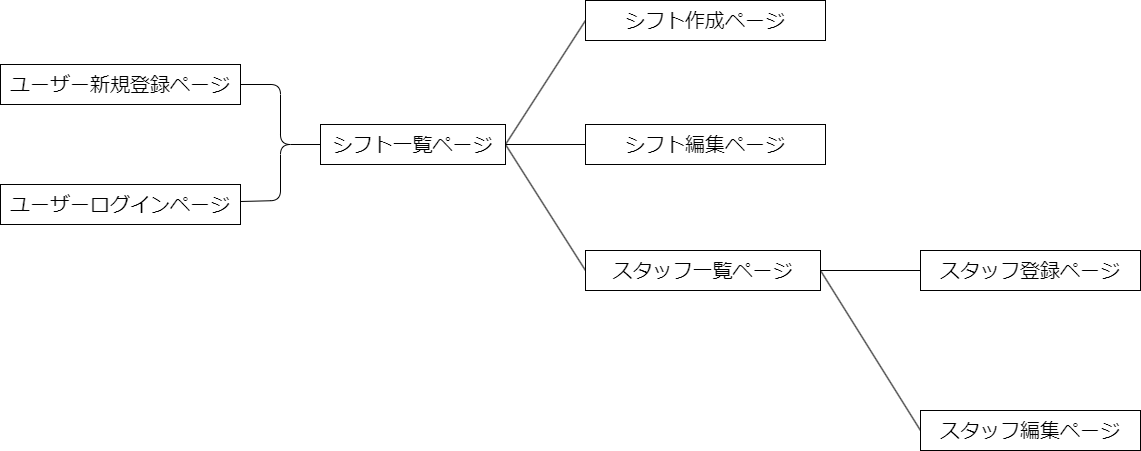
piyofisu/shift_maker keeps this draw.io diagram as Screen_Transition_Diagram.drawio.png. Above is the earlier version. Source tidied: cells renumbered, new cells last; positions are measured from the earlier drawing's top-left corner, leaving out a move shared by most shapes.
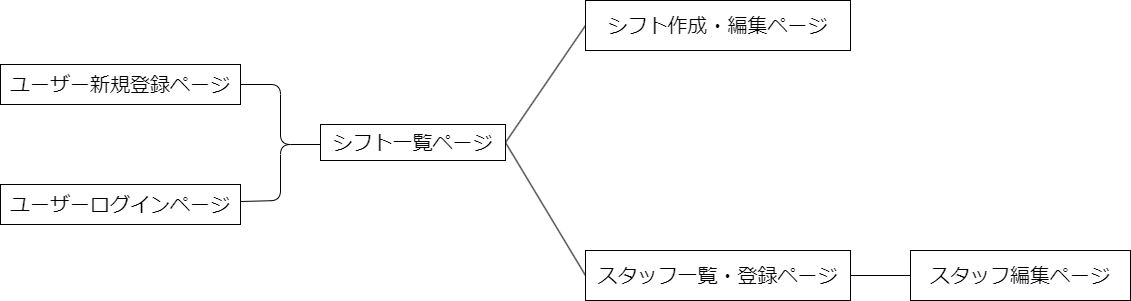
The same file after the commit.

What changed in the source:
```diff
@@ -5,24 +5,11 @@
     <mxCell id="2" style="edgeStyle=none;html=1;exitX=0;exitY=0.5;exitDx=0;exitDy=0;entryX=1;entryY=0.5;entryDx=0;entryDy=0;fontSize=20;endArrow=none;endFill=0;" parent="1" edge="1" source="3" target="16">
       <mxGeometry relative="1" as="geometry" />
     </mxCell>
-    <mxCell id="3" value="シフト作成ページ" style="whiteSpace=wrap;html=1;align=center;fontSize=20;" parent="1" vertex="1">
-      <mxGeometry x="585" width="240" height="40" as="geometry" />
+    <mxCell id="3" value="シフト作成・編集ページ" style="whiteSpace=wrap;html=1;align=center;fontSize=20;" parent="1" vertex="1">
+      <mxGeometry x="585" width="265" height="50" as="geometry" />
     </mxCell>
-    <mxCell id="4" style="edgeStyle=none;html=1;exitX=0;exitY=0.5;exitDx=0;exitDy=0;fontSize=20;endArrow=none;endFill=0;" parent="1" edge="1" source="5">
-      <mxGeometry relative="1" as="geometry">
-        <mxPoint x="820" y="270" as="targetPoint" />
-      </mxGeometry>
-    </mxCell>
-    <mxCell id="5" value="スタッフ登録ページ&lt;br&gt;" style="whiteSpace=wrap;html=1;align=center;fontSize=20;" parent="1" vertex="1">
-      <mxGeometry x="920" y="250" width="220" height="40" as="geometry" />
-    </mxCell>
-    <mxCell id="6" style="edgeStyle=none;html=1;exitX=0;exitY=0.5;exitDx=0;exitDy=0;fontSize=20;endArrow=none;endFill=0;" parent="1" edge="1" source="7">
-      <mxGeometry relative="1" as="geometry">
-        <mxPoint x="820" y="270" as="targetPoint" />
-      </mxGeometry>
-    </mxCell>
     <mxCell id="7" value="スタッフ編集ページ" style="whiteSpace=wrap;html=1;align=center;fontSize=20;" parent="1" vertex="1">
-      <mxGeometry x="920" y="410" width="220" height="40" as="geometry" />
+      <mxGeometry x="910" y="250" width="220" height="50" as="geometry" />
     </mxCell>
     <mxCell id="8" style="edgeStyle=none;html=1;exitX=1;exitY=0.5;exitDx=0;exitDy=0;fontSize=20;entryX=0;entryY=0.5;entryDx=0;entryDy=0;endArrow=none;endFill=0;" parent="1" edge="1" source="9">
       <mxGeometry relative="1" as="geometry">
@@ -48,20 +35,17 @@
     <mxCell id="11" value="ユーザーログインページ" style="whiteSpace=wrap;html=1;align=center;fontSize=20;" parent="1" vertex="1">
       <mxGeometry y="184" width="240" height="40" as="geometry" />
     </mxCell>
-    <mxCell id="12" style="edgeStyle=none;html=1;exitX=0;exitY=0.5;exitDx=0;exitDy=0;entryX=1;entryY=0.5;entryDx=0;entryDy=0;fontSize=20;endArrow=none;endFill=0;" parent="1" edge="1" source="13" target="16">
-      <mxGeometry relative="1" as="geometry" />
-    </mxCell>
-    <mxCell id="13" value="シフト編集ページ" style="whiteSpace=wrap;html=1;align=center;fontSize=20;" parent="1" vertex="1">
-      <mxGeometry x="585" y="124" width="240" height="40" as="geometry" />
-    </mxCell>
     <mxCell id="14" style="edgeStyle=none;html=1;exitX=0;exitY=0.5;exitDx=0;exitDy=0;entryX=1;entryY=0.5;entryDx=0;entryDy=0;fontSize=20;endArrow=none;endFill=0;" parent="1" edge="1" source="15" target="16">
       <mxGeometry relative="1" as="geometry" />
     </mxCell>
+    <mxCell id="4" style="edgeStyle=none;html=1;exitX=1;exitY=0.5;exitDx=0;exitDy=0;entryX=0;entryY=0.5;entryDx=0;entryDy=0;startArrow=none;startFill=0;endArrow=none;endFill=0;" parent="1" edge="1" source="15" target="7">
+      <mxGeometry relative="1" as="geometry" />
+    </mxCell>
-    <mxCell id="15" value="スタッフ一覧ページ" style="whiteSpace=wrap;html=1;align=center;fontSize=20;" parent="1" vertex="1">
-      <mxGeometry x="585" y="250" width="235" height="40" as="geometry" />
+    <mxCell id="15" value="スタッフ一覧・登録ページ" style="whiteSpace=wrap;html=1;align=center;fontSize=20;" parent="1" vertex="1">
+      <mxGeometry x="585" y="250" width="265" height="50" as="geometry" />
     </mxCell>
     <mxCell id="16" value="シフト一覧ページ" style="whiteSpace=wrap;html=1;align=center;fontSize=20;" parent="1" vertex="1">
-      <mxGeometry x="320" y="124" width="185" height="40" as="geometry" />
+      <mxGeometry x="320" y="124" width="185" height="36" as="geometry" />
     </mxCell>
   </root>
 </mxGraphModel>
```
